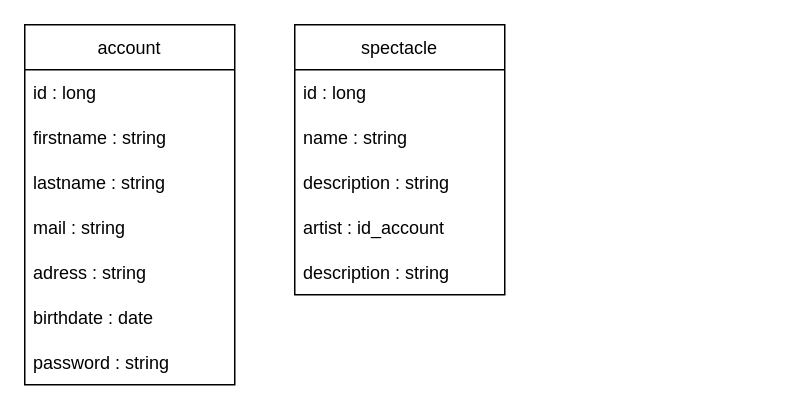
The draw.io diagram page "BDD" (7 of 7) of analyse/Diagramme sans nom.drawio in baptisteRiviere/SpectacleHallManagement, before the edit. Source tidied: cells renumbered, new cells numbered last; positions are measured from the earlier drawing's top-left corner, leaving out a move shared by most shapes. Both pictures are drawn from the tidied source at 150%, with x=0, y=0 at pixel (24, 24).
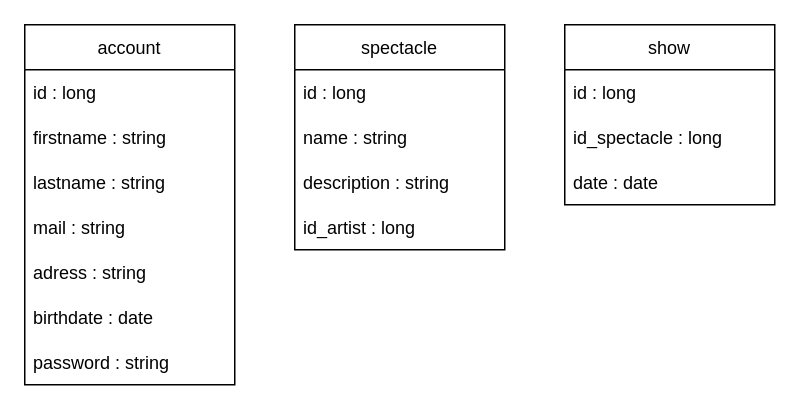
Above is the later version.

Commit message:
Analyse : BDD

The edit, as a diff of the source:
```diff
@@
 <mxGraphModel>
   <root>
     <mxCell id="0" />
     <mxCell id="1" parent="0" />
     <mxCell id="2" value="account" style="swimlane;fontStyle=0;horizontal=1;startSize=30;" parent="1" vertex="1">
       <mxGeometry width="140" height="240" as="geometry" />
     </mxCell>
     <mxCell id="3" value="id : long" style="text;strokeColor=none;fillColor=none;align=left;verticalAlign=middle;spacingLeft=4;spacingRight=4;overflow=hidden;" parent="2" vertex="1">
       <mxGeometry y="30" width="140" height="30" as="geometry" />
     </mxCell>
     <mxCell id="4" value="firstname : string" style="text;strokeColor=none;fillColor=none;align=left;verticalAlign=middle;spacingLeft=4;spacingRight=4;overflow=hidden;" parent="2" vertex="1">
       <mxGeometry y="60" width="140" height="30" as="geometry" />
     </mxCell>
     <mxCell id="5" value="lastname : string" style="text;strokeColor=none;fillColor=none;align=left;verticalAlign=middle;spacingLeft=4;spacingRight=4;overflow=hidden;" parent="2" vertex="1">
       <mxGeometry y="90" width="140" height="30" as="geometry" />
     </mxCell>
     <mxCell id="6" value="mail : string" style="text;strokeColor=none;fillColor=none;align=left;verticalAlign=middle;spacingLeft=4;spacingRight=4;overflow=hidden;" parent="2" vertex="1">
       <mxGeometry y="120" width="140" height="30" as="geometry" />
     </mxCell>
     <mxCell id="7" value="adress : string" style="text;strokeColor=none;fillColor=none;align=left;verticalAlign=middle;spacingLeft=4;spacingRight=4;overflow=hidden;" parent="2" vertex="1">
       <mxGeometry y="150" width="140" height="30" as="geometry" />
     </mxCell>
     <mxCell id="8" value="birthdate : date" style="text;strokeColor=none;fillColor=none;align=left;verticalAlign=middle;spacingLeft=4;spacingRight=4;overflow=hidden;" parent="2" vertex="1">
       <mxGeometry y="180" width="140" height="30" as="geometry" />
     </mxCell>
     <mxCell id="9" value="password : string" style="text;strokeColor=none;fillColor=none;align=left;verticalAlign=middle;spacingLeft=4;spacingRight=4;overflow=hidden;" parent="2" vertex="1">
       <mxGeometry y="210" width="140" height="30" as="geometry" />
     </mxCell>
     <mxCell id="10" value="spectacle" style="swimlane;fontStyle=0;horizontal=1;startSize=30;" parent="1" vertex="1">
-      <mxGeometry x="180" width="140" height="180" as="geometry" />
+      <mxGeometry x="180" width="140" height="150" as="geometry" />
     </mxCell>
     <mxCell id="11" value="id : long" style="text;strokeColor=none;fillColor=none;align=left;verticalAlign=middle;spacingLeft=4;spacingRight=4;overflow=hidden;" parent="10" vertex="1">
       <mxGeometry y="30" width="140" height="30" as="geometry" />
     </mxCell>
     <mxCell id="12" value="name : string" style="text;strokeColor=none;fillColor=none;align=left;verticalAlign=middle;spacingLeft=4;spacingRight=4;overflow=hidden;" parent="10" vertex="1">
       <mxGeometry y="60" width="140" height="30" as="geometry" />
     </mxCell>
     <mxCell id="13" value="description : string" style="text;strokeColor=none;fillColor=none;align=left;verticalAlign=middle;spacingLeft=4;spacingRight=4;overflow=hidden;" parent="10" vertex="1">
       <mxGeometry y="90" width="140" height="30" as="geometry" />
     </mxCell>
-    <mxCell id="14" value="artist : id_account" style="text;strokeColor=none;fillColor=none;align=left;verticalAlign=middle;spacingLeft=4;spacingRight=4;overflow=hidden;" parent="10" vertex="1">
+    <mxCell id="14" value="id_artist : long" style="text;strokeColor=none;fillColor=none;align=left;verticalAlign=middle;spacingLeft=4;spacingRight=4;overflow=hidden;" parent="10" vertex="1">
       <mxGeometry y="120" width="140" height="30" as="geometry" />
     </mxCell>
-    <mxCell id="15" value="description : string" style="text;strokeColor=none;fillColor=none;align=left;verticalAlign=middle;spacingLeft=4;spacingRight=4;overflow=hidden;" parent="10" vertex="1">
-      <mxGeometry y="150" width="140" height="30" as="geometry" />
-    </mxCell>
+    <mxCell id="16" value="show" style="swimlane;fontStyle=0;horizontal=1;startSize=30;" parent="1" vertex="1">
+      <mxGeometry x="360" width="140" height="120" as="geometry" />
+    </mxCell>
+    <mxCell id="17" value="id : long" style="text;strokeColor=none;fillColor=none;align=left;verticalAlign=middle;spacingLeft=4;spacingRight=4;overflow=hidden;" parent="16" vertex="1">
+      <mxGeometry y="30" width="140" height="30" as="geometry" />
+    </mxCell>
+    <mxCell id="18" value="id_spectacle : long" style="text;strokeColor=none;fillColor=none;align=left;verticalAlign=middle;spacingLeft=4;spacingRight=4;overflow=hidden;" parent="16" vertex="1">
+      <mxGeometry y="60" width="140" height="30" as="geometry" />
+    </mxCell>
+    <mxCell id="19" value="date : date" style="text;strokeColor=none;fillColor=none;align=left;verticalAlign=middle;spacingLeft=4;spacingRight=4;overflow=hidden;" parent="16" vertex="1">
+      <mxGeometry y="90" width="140" height="30" as="geometry" />
+    </mxCell>
   </root>
 </mxGraphModel>
```
